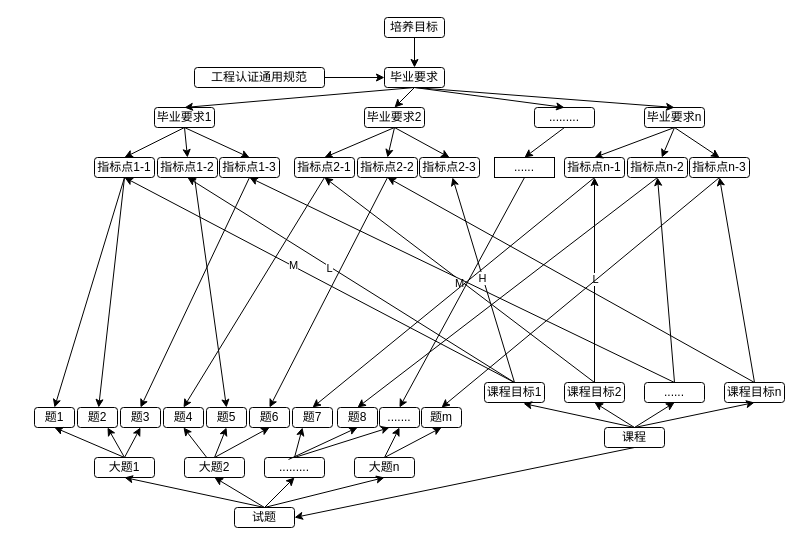
oliverwy/DhDesignpattern keeps this draw.io diagram as Untitled Diagram.drawio. Above is the earlier version. Source tidied: cells renumbered, new cells numbered last; positions are measured from the earlier drawing's top-left corner, leaving out a move shared by most shapes. Both pictures are drawn from the tidied source at 100%, with x=0, y=0 at pixel (34, 17).
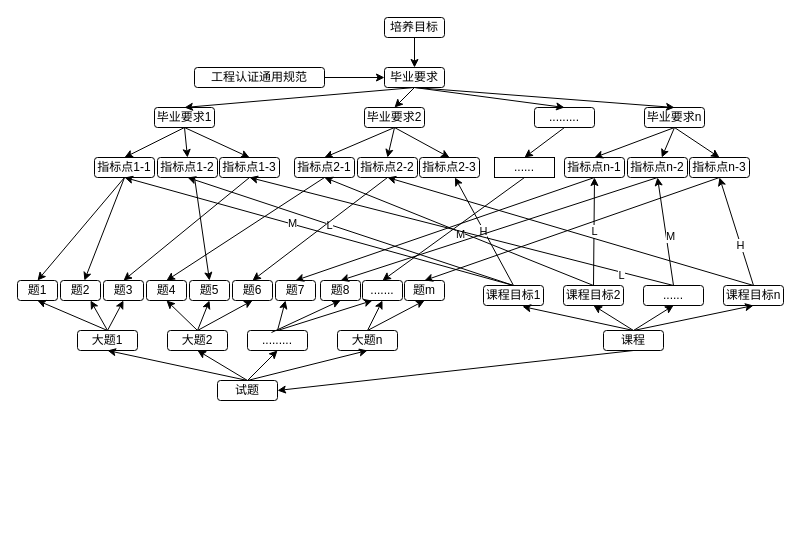
The same page after the edit.

Unchanged cells that the change refers to:
```xml
<mxCell id="33" style="endArrow=classic;html=1;rounded=0;exitX=0.5;exitY=0;exitDx=0;exitDy=0;entryX=0.5;entryY=1;entryDx=0;entryDy=0;" parent="1" edge="1" source="21" target="11">
  <mxGeometry relative="1" as="geometry" />
</mxCell>
<mxCell id="34" style="endArrow=classic;html=1;rounded=0;exitX=0.5;exitY=0;exitDx=0;exitDy=0;entryX=0.5;entryY=1;entryDx=0;entryDy=0;" parent="1" edge="1" source="21" target="16">
  <mxGeometry relative="1" as="geometry" />
</mxCell>
<mxCell id="35" style="endArrow=classic;html=1;rounded=0;entryX=0.5;entryY=1;entryDx=0;entryDy=0;exitX=0.5;exitY=0;exitDx=0;exitDy=0;" parent="1" edge="1" source="22" target="17">
  <mxGeometry relative="1" as="geometry" />
</mxCell>
```

The edit, as a diff of the source:
```diff
@@
     <mxCell id="18" value="课程" style="rounded=1;whiteSpace=wrap;html=1;align=center;" parent="1" vertex="1">
-      <mxGeometry x="570" y="410" width="60" height="20" as="geometry" />
+      <mxGeometry x="569" y="313" width="60" height="20" as="geometry" />
     </mxCell>
     <mxCell id="19" value="课程目标1" style="rounded=1;whiteSpace=wrap;html=1;align=center;" parent="1" vertex="1">
-      <mxGeometry x="450" y="365" width="60" height="20" as="geometry" />
+      <mxGeometry x="449" y="268" width="60" height="20" as="geometry" />
     </mxCell>
     <mxCell id="20" value="课程目标2" style="rounded=1;whiteSpace=wrap;html=1;align=center;" parent="1" vertex="1">
-      <mxGeometry x="530" y="365" width="60" height="20" as="geometry" />
+      <mxGeometry x="529" y="268" width="60" height="20" as="geometry" />
     </mxCell>
     <mxCell id="21" value="......" style="rounded=1;whiteSpace=wrap;html=1;align=center;" parent="1" vertex="1">
-      <mxGeometry x="610" y="365" width="60" height="20" as="geometry" />
+      <mxGeometry x="609" y="268" width="60" height="20" as="geometry" />
     </mxCell>
     <mxCell id="22" value="课程目标n" style="rounded=1;whiteSpace=wrap;html=1;align=center;" parent="1" vertex="1">
-      <mxGeometry x="690" y="365" width="60" height="20" as="geometry" />
+      <mxGeometry x="689" y="268" width="60" height="20" as="geometry" />
     </mxCell>
@@
+    <mxCell id="99" value="L" style="edgeLabel;html=1;align=center;verticalAlign=middle;" parent="33" vertex="1">
+      <mxGeometry x="-0.76" y="3" relative="1" as="geometry" />
+    </mxCell>
@@
+    <mxCell id="100" value="M" style="edgeLabel;html=1;align=center;verticalAlign=middle;" parent="34" vertex="1">
+      <mxGeometry x="-0.1" y="-4" relative="1" as="geometry" />
+    </mxCell>
@@
+    <mxCell id="101" value="H" style="edgeLabel;html=1;align=center;verticalAlign=middle;" parent="35" vertex="1">
+      <mxGeometry x="-0.24" y="1" relative="1" as="geometry" />
+    </mxCell>
@@
     <mxCell id="54" style="endArrow=classic;html=1;rounded=0;entryX=0.65;entryY=1.05;entryDx=0;entryDy=0;entryPerimeter=0;" parent="1" edge="1" target="19">
       <mxGeometry relative="1" as="geometry">
-        <mxPoint x="600" y="410" as="sourcePoint" />
+        <mxPoint x="599" y="313" as="sourcePoint" />
       </mxGeometry>
     </mxCell>
@@
     <mxCell id="58" value="试题" style="rounded=1;whiteSpace=wrap;html=1;align=center;" parent="1" vertex="1">
-      <mxGeometry x="200" y="490" width="60" height="20" as="geometry" />
+      <mxGeometry x="183" y="363" width="60" height="20" as="geometry" />
     </mxCell>
     <mxCell id="59" value="大题1" style="rounded=1;whiteSpace=wrap;html=1;align=center;" parent="1" vertex="1">
-      <mxGeometry x="60" y="440" width="60" height="20" as="geometry" />
+      <mxGeometry x="43" y="313" width="60" height="20" as="geometry" />
     </mxCell>
     <mxCell id="60" value="大题2" style="rounded=1;whiteSpace=wrap;html=1;align=center;" parent="1" vertex="1">
-      <mxGeometry x="150" y="440" width="60" height="20" as="geometry" />
+      <mxGeometry x="133" y="313" width="60" height="20" as="geometry" />
     </mxCell>
     <mxCell id="61" value="........." style="rounded=1;whiteSpace=wrap;html=1;align=center;" parent="1" vertex="1">
-      <mxGeometry x="230" y="440" width="60" height="20" as="geometry" />
+      <mxGeometry x="213" y="313" width="60" height="20" as="geometry" />
     </mxCell>
     <mxCell id="62" value="大题n" style="rounded=1;whiteSpace=wrap;html=1;align=center;" parent="1" vertex="1">
-      <mxGeometry x="320" y="440" width="60" height="20" as="geometry" />
+      <mxGeometry x="303" y="313" width="60" height="20" as="geometry" />
     </mxCell>
     <mxCell id="63" value="题1" style="rounded=1;whiteSpace=wrap;html=1;align=center;" parent="1" vertex="1">
-      <mxGeometry y="390" width="40" height="20" as="geometry" />
+      <mxGeometry x="-17" y="263" width="40" height="20" as="geometry" />
     </mxCell>
     <mxCell id="64" value="题2" style="rounded=1;whiteSpace=wrap;html=1;align=center;" parent="1" vertex="1">
-      <mxGeometry x="43" y="390" width="40" height="20" as="geometry" />
+      <mxGeometry x="26" y="263" width="40" height="20" as="geometry" />
     </mxCell>
     <mxCell id="65" value="题3" style="rounded=1;whiteSpace=wrap;html=1;align=center;" parent="1" vertex="1">
-      <mxGeometry x="86" y="390" width="40" height="20" as="geometry" />
+      <mxGeometry x="69" y="263" width="40" height="20" as="geometry" />
     </mxCell>
     <mxCell id="66" value="题4" style="rounded=1;whiteSpace=wrap;html=1;align=center;" parent="1" vertex="1">
-      <mxGeometry x="129" y="390" width="40" height="20" as="geometry" />
+      <mxGeometry x="112" y="263" width="40" height="20" as="geometry" />
     </mxCell>
     <mxCell id="67" value="题5" style="rounded=1;whiteSpace=wrap;html=1;align=center;" parent="1" vertex="1">
-      <mxGeometry x="172" y="390" width="40" height="20" as="geometry" />
+      <mxGeometry x="155" y="263" width="40" height="20" as="geometry" />
     </mxCell>
     <mxCell id="68" value="题6" style="rounded=1;whiteSpace=wrap;html=1;align=center;" parent="1" vertex="1">
-      <mxGeometry x="215" y="390" width="40" height="20" as="geometry" />
+      <mxGeometry x="198" y="263" width="40" height="20" as="geometry" />
     </mxCell>
     <mxCell id="69" value="题7" style="rounded=1;whiteSpace=wrap;html=1;align=center;" parent="1" vertex="1">
-      <mxGeometry x="258" y="390" width="40" height="20" as="geometry" />
+      <mxGeometry x="241" y="263" width="40" height="20" as="geometry" />
     </mxCell>
     <mxCell id="70" value="题8" style="rounded=1;whiteSpace=wrap;html=1;align=center;" parent="1" vertex="1">
-      <mxGeometry x="303" y="390" width="40" height="20" as="geometry" />
+      <mxGeometry x="286" y="263" width="40" height="20" as="geometry" />
     </mxCell>
     <mxCell id="71" value="题m" style="rounded=1;whiteSpace=wrap;html=1;align=center;" parent="1" vertex="1">
-      <mxGeometry x="387" y="390" width="40" height="20" as="geometry" />
+      <mxGeometry x="370" y="263" width="40" height="20" as="geometry" />
     </mxCell>
     <mxCell id="72" value="......." style="rounded=1;whiteSpace=wrap;html=1;align=center;" parent="1" vertex="1">
-      <mxGeometry x="345" y="390" width="40" height="20" as="geometry" />
+      <mxGeometry x="328" y="263" width="40" height="20" as="geometry" />
     </mxCell>
@@
     <mxCell id="84" style="endArrow=classic;html=1;rounded=0;entryX=0.5;entryY=1;entryDx=0;entryDy=0;" parent="1" edge="1" target="60">
       <mxGeometry relative="1" as="geometry">
-        <mxPoint x="230" y="490" as="sourcePoint" />
+        <mxPoint x="213" y="363" as="sourcePoint" />
       </mxGeometry>
     </mxCell>
@@
-    <mxCell id="91" style="endArrow=classic;html=1;rounded=0;entryX=0.5;entryY=1;entryDx=0;entryDy=0;" parent="1" edge="1" source="60" target="66">
+    <mxCell id="91" style="endArrow=classic;html=1;rounded=0;entryX=0.5;entryY=1;entryDx=0;entryDy=0;exitX=0.5;exitY=0;exitDx=0;exitDy=0;" parent="1" edge="1" source="60" target="66">
       <mxGeometry relative="1" as="geometry" />
     </mxCell>
@@
     <mxCell id="97" style="endArrow=classic;html=1;rounded=0;exitX=0.5;exitY=0;exitDx=0;exitDy=0;" parent="1" edge="1" source="62">
       <mxGeometry relative="1" as="geometry">
-        <mxPoint x="407" y="410" as="targetPoint" />
+        <mxPoint x="390" y="283" as="targetPoint" />
       </mxGeometry>
     </mxCell>
```
